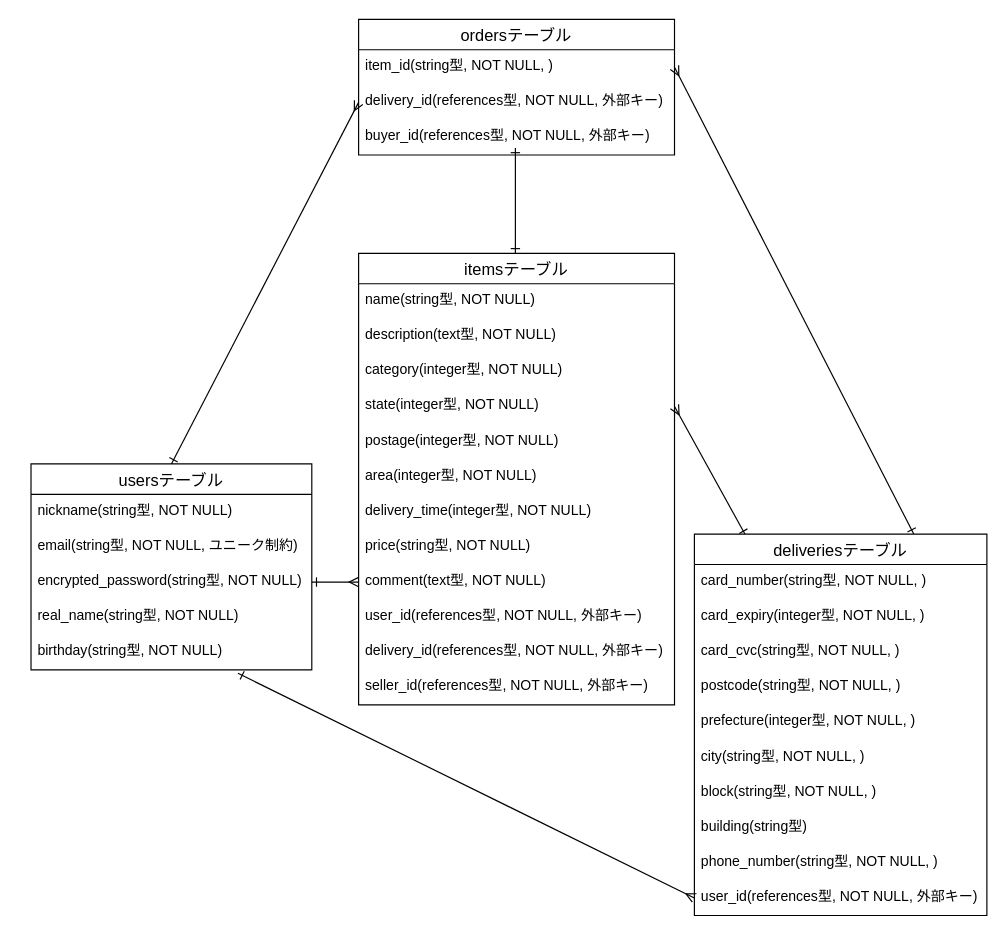
This is furima.dio from fumiron/furima-37688, a draw.io file, before an edit. Source tidied: cells renumbered, new cells numbered last; positions are measured from the earlier drawing's top-left corner, leaving out a move shared by most shapes. Both pictures are drawn from the tidied source at 117%, with x=0, y=0 at pixel (30, 19).
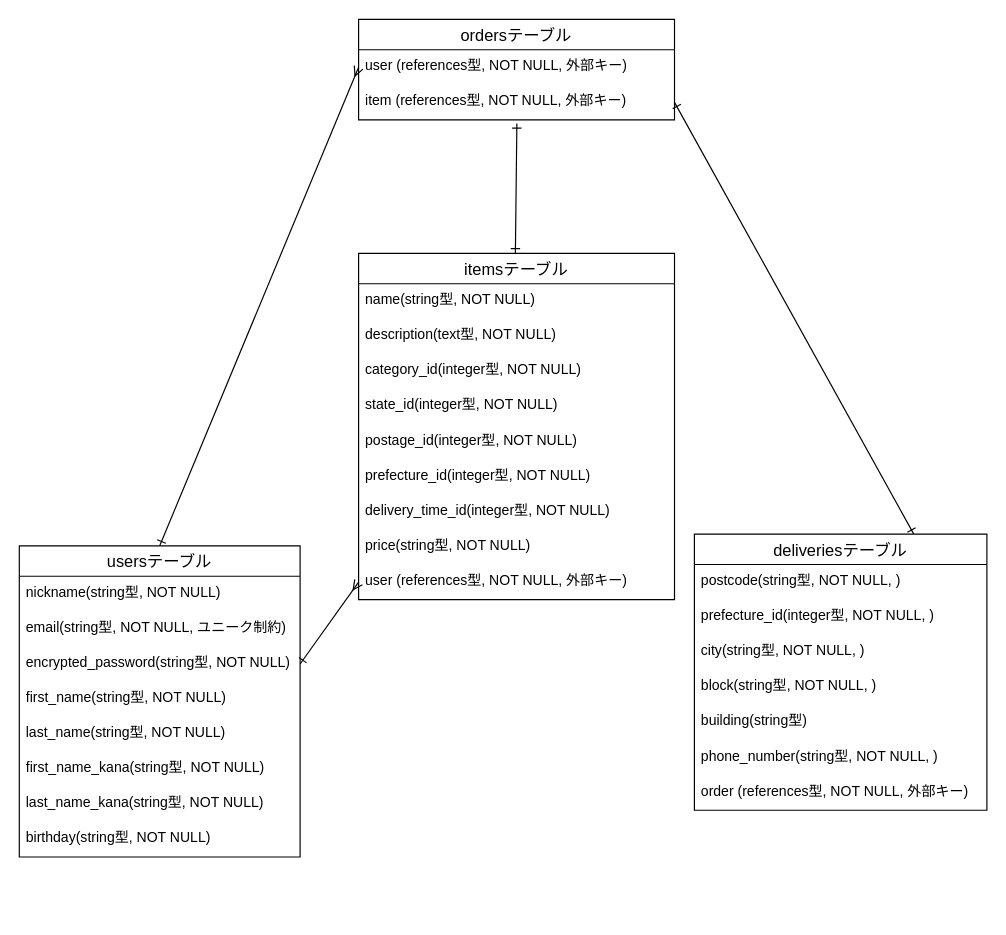
Above is the later version.

Unchanged cells that the change refers to:
```xml
<mxCell id="6" value="encrypted_password(string型, NOT NULL)" style="text;strokeColor=none;fillColor=none;spacingLeft=4;spacingRight=4;overflow=hidden;points=[[0,0.5],[1,0.5]];portConstraint=eastwest;fontSize=12;" parent="3" vertex="1">
  <mxGeometry y="86" width="240" height="30" as="geometry" />
</mxCell>
```

Change to the diagram source:
```diff
@@
-    <mxCell id="2" style="edgeStyle=none;html=1;entryX=0;entryY=0.5;entryDx=0;entryDy=0;startArrow=ERone;startFill=0;endArrow=ERmany;endFill=0;exitX=0.737;exitY=1.1;exitDx=0;exitDy=0;exitPerimeter=0;" parent="1" edge="1" source="8" target="38">
-      <mxGeometry relative="1" as="geometry" />
-    </mxCell>
     <mxCell id="3" value="usersテーブル" style="swimlane;fontStyle=0;horizontal=1;startSize=26;align=center;fontSize=14;" parent="1" vertex="1">
-      <mxGeometry y="380" width="240" height="176" as="geometry" />
+      <mxGeometry x="-10" y="450" width="240" height="266" as="geometry" />
     </mxCell>
@@
-    <mxCell id="7" value="real_name(string型, NOT NULL)" style="text;strokeColor=none;fillColor=none;spacingLeft=4;spacingRight=4;overflow=hidden;fontSize=12;" parent="3" vertex="1">
+    <mxCell id="7" value="first_name(string型, NOT NULL)" style="text;strokeColor=none;fillColor=none;spacingLeft=4;spacingRight=4;overflow=hidden;fontSize=12;" parent="3" vertex="1">
       <mxGeometry y="116" width="240" height="30" as="geometry" />
     </mxCell>
+    <mxCell id="42" value="last_name(string型, NOT NULL)" style="text;strokeColor=none;fillColor=none;spacingLeft=4;spacingRight=4;overflow=hidden;fontSize=12;" parent="3" vertex="1">
+      <mxGeometry y="146" width="240" height="30" as="geometry" />
+    </mxCell>
+    <mxCell id="43" value="first_name_kana(string型, NOT NULL)" style="text;strokeColor=none;fillColor=none;spacingLeft=4;spacingRight=4;overflow=hidden;fontSize=12;" parent="3" vertex="1">
+      <mxGeometry y="176" width="240" height="30" as="geometry" />
+    </mxCell>
+    <mxCell id="44" value="last_name_kana(string型, NOT NULL)" style="text;strokeColor=none;fillColor=none;spacingLeft=4;spacingRight=4;overflow=hidden;fontSize=12;" parent="3" vertex="1">
+      <mxGeometry y="206" width="240" height="30" as="geometry" />
+    </mxCell>
     <mxCell id="8" value="birthday(string型, NOT NULL)" style="text;strokeColor=none;fillColor=none;spacingLeft=4;spacingRight=4;overflow=hidden;points=[[0,0.5],[1,0.5]];portConstraint=eastwest;fontSize=12;" parent="3" vertex="1">
-      <mxGeometry y="146" width="240" height="30" as="geometry" />
+      <mxGeometry y="236" width="240" height="30" as="geometry" />
     </mxCell>
     <mxCell id="9" value="itemsテーブル" style="swimlane;fontStyle=0;horizontal=1;startSize=26;align=center;fontSize=14;" parent="1" vertex="1">
-      <mxGeometry x="280" y="200" width="270" height="386" as="geometry" />
+      <mxGeometry x="280" y="200" width="270" height="296" as="geometry" />
     </mxCell>
@@
-    <mxCell id="12" value="category(integer型, NOT NULL)" style="text;strokeColor=none;fillColor=none;spacingLeft=4;spacingRight=4;overflow=hidden;fontSize=12;" parent="9" vertex="1">
+    <mxCell id="12" value="category_id(integer型, NOT NULL)" style="text;strokeColor=none;fillColor=none;spacingLeft=4;spacingRight=4;overflow=hidden;fontSize=12;" parent="9" vertex="1">
       <mxGeometry y="86" width="270" height="30" as="geometry" />
     </mxCell>
-    <mxCell id="13" value="state(integer型, NOT NULL)" style="text;strokeColor=none;fillColor=none;spacingLeft=4;spacingRight=4;overflow=hidden;points=[[0,0.5],[1,0.5]];portConstraint=eastwest;fontSize=12;" parent="9" vertex="1">
+    <mxCell id="13" value="state_id(integer型, NOT NULL)" style="text;strokeColor=none;fillColor=none;spacingLeft=4;spacingRight=4;overflow=hidden;points=[[0,0.5],[1,0.5]];portConstraint=eastwest;fontSize=12;" parent="9" vertex="1">
       <mxGeometry y="116" width="270" height="30" as="geometry" />
     </mxCell>
-    <mxCell id="14" value="postage(integer型, NOT NULL)" style="text;strokeColor=none;fillColor=none;spacingLeft=4;spacingRight=4;overflow=hidden;fontSize=12;" parent="9" vertex="1">
+    <mxCell id="14" value="postage_id(integer型, NOT NULL)" style="text;strokeColor=none;fillColor=none;spacingLeft=4;spacingRight=4;overflow=hidden;fontSize=12;" parent="9" vertex="1">
       <mxGeometry y="146" width="270" height="30" as="geometry" />
     </mxCell>
-    <mxCell id="15" value="area(integer型, NOT NULL)" style="text;strokeColor=none;fillColor=none;spacingLeft=4;spacingRight=4;overflow=hidden;fontSize=12;" parent="9" vertex="1">
+    <mxCell id="15" value="prefecture_id(integer型, NOT NULL)" style="text;strokeColor=none;fillColor=none;spacingLeft=4;spacingRight=4;overflow=hidden;fontSize=12;" parent="9" vertex="1">
       <mxGeometry y="176" width="270" height="30" as="geometry" />
     </mxCell>
-    <mxCell id="16" value="delivery_time(integer型, NOT NULL)" style="text;strokeColor=none;fillColor=none;spacingLeft=4;spacingRight=4;overflow=hidden;fontSize=12;" parent="9" vertex="1">
+    <mxCell id="16" value="delivery_time_id(integer型, NOT NULL)" style="text;strokeColor=none;fillColor=none;spacingLeft=4;spacingRight=4;overflow=hidden;fontSize=12;" parent="9" vertex="1">
       <mxGeometry y="206" width="270" height="30" as="geometry" />
     </mxCell>
@@
-    <mxCell id="18" value="comment(text型, NOT NULL)" style="text;strokeColor=none;fillColor=none;spacingLeft=4;spacingRight=4;overflow=hidden;points=[[0,0.5],[1,0.5]];portConstraint=eastwest;fontSize=12;" parent="9" vertex="1">
-      <mxGeometry y="266" width="270" height="30" as="geometry" />
-    </mxCell>
-    <mxCell id="19" value="user_id(references型, NOT NULL, 外部キー)" style="text;strokeColor=none;fillColor=none;spacingLeft=4;spacingRight=4;overflow=hidden;fontSize=12;" parent="9" vertex="1">
-      <mxGeometry y="296" width="270" height="30" as="geometry" />
+    <mxCell id="19" value="user (references型, NOT NULL, 外部キー)" style="text;strokeColor=none;fillColor=none;spacingLeft=4;spacingRight=4;overflow=hidden;fontSize=12;" parent="9" vertex="1">
+      <mxGeometry y="266" width="270" height="30" as="geometry" />
     </mxCell>
-    <mxCell id="20" value="delivery_id(references型, NOT NULL, 外部キー)" style="text;strokeColor=none;fillColor=none;spacingLeft=4;spacingRight=4;overflow=hidden;fontSize=12;" parent="9" vertex="1">
-      <mxGeometry y="326" width="270" height="30" as="geometry" />
-    </mxCell>
-    <mxCell id="21" value="seller_id(references型, NOT NULL, 外部キー)" style="text;strokeColor=none;fillColor=none;spacingLeft=4;spacingRight=4;overflow=hidden;fontSize=12;" parent="9" vertex="1">
-      <mxGeometry y="356" width="270" height="30" as="geometry" />
-    </mxCell>
     <mxCell id="22" value="ordersテーブル" style="swimlane;fontStyle=0;horizontal=1;startSize=26;align=center;fontSize=14;" parent="1" vertex="1">
-      <mxGeometry x="280" width="270" height="116" as="geometry" />
+      <mxGeometry x="280" width="270" height="86" as="geometry" />
     </mxCell>
+    <mxCell id="24" value="user (references型, NOT NULL, 外部キー)" style="text;strokeColor=none;fillColor=none;spacingLeft=4;spacingRight=4;overflow=hidden;points=[[0,0.5],[1,0.5]];portConstraint=eastwest;fontSize=12;" parent="22" vertex="1">
+      <mxGeometry y="26" width="270" height="30" as="geometry" />
+    </mxCell>
-    <mxCell id="23" value="item_id(string型, NOT NULL, )" style="text;strokeColor=none;fillColor=none;spacingLeft=4;spacingRight=4;overflow=hidden;points=[[0,0.5],[1,0.5]];portConstraint=eastwest;fontSize=12;" parent="22" vertex="1">
-      <mxGeometry y="26" width="270" height="30" as="geometry" />
+    <mxCell id="23" value="item (references型, NOT NULL, 外部キー)" style="text;strokeColor=none;fillColor=none;spacingLeft=4;spacingRight=4;overflow=hidden;points=[[0,0.5],[1,0.5]];portConstraint=eastwest;fontSize=12;" parent="22" vertex="1">
+      <mxGeometry y="56" width="270" height="30" as="geometry" />
     </mxCell>
-    <mxCell id="24" value="delivery_id(references型, NOT NULL, 外部キー)" style="text;strokeColor=none;fillColor=none;spacingLeft=4;spacingRight=4;overflow=hidden;points=[[0,0.5],[1,0.5]];portConstraint=eastwest;fontSize=12;" parent="22" vertex="1">
-      <mxGeometry y="56" width="270" height="30" as="geometry" />
-    </mxCell>
-    <mxCell id="25" value="buyer_id(references型, NOT NULL, 外部キー)" style="text;strokeColor=none;fillColor=none;spacingLeft=4;spacingRight=4;overflow=hidden;fontSize=12;" parent="22" vertex="1">
-      <mxGeometry y="86" width="270" height="30" as="geometry" />
-    </mxCell>
-    <mxCell id="26" style="edgeStyle=none;html=1;startArrow=ERone;startFill=0;endArrow=ERmany;endFill=0;entryX=1;entryY=0.5;entryDx=0;entryDy=0;exitX=0.75;exitY=0;exitDx=0;exitDy=0;" parent="1" edge="1" source="28" target="23">
+    <mxCell id="26" style="edgeStyle=none;html=1;startArrow=ERone;startFill=0;endArrow=ERone;endFill=0;entryX=1;entryY=0.5;entryDx=0;entryDy=0;exitX=0.75;exitY=0;exitDx=0;exitDy=0;" parent="1" edge="1" source="28" target="23">
       <mxGeometry relative="1" as="geometry" />
     </mxCell>
-    <mxCell id="27" style="edgeStyle=none;html=1;startArrow=ERone;startFill=0;endArrow=ERmany;endFill=0;entryX=1;entryY=0.5;entryDx=0;entryDy=0;exitX=0.175;exitY=0.003;exitDx=0;exitDy=0;exitPerimeter=0;" parent="1" edge="1" source="28" target="13">
-      <mxGeometry relative="1" as="geometry" />
-    </mxCell>
     <mxCell id="28" value="deliveriesテーブル" style="swimlane;fontStyle=0;horizontal=1;startSize=26;align=center;fontSize=14;" parent="1" vertex="1">
-      <mxGeometry x="567" y="440" width="250" height="326" as="geometry" />
+      <mxGeometry x="567" y="440" width="250" height="236" as="geometry" />
     </mxCell>
-    <mxCell id="29" value="card_number(string型, NOT NULL, )" style="text;strokeColor=none;fillColor=none;spacingLeft=4;spacingRight=4;overflow=hidden;fontSize=12;" parent="28" vertex="1">
-      <mxGeometry y="26" width="250" height="30" as="geometry" />
-    </mxCell>
-    <mxCell id="30" value="card_expiry(integer型, NOT NULL, )" style="text;strokeColor=none;fillColor=none;spacingLeft=4;spacingRight=4;overflow=hidden;fontSize=12;" parent="28" vertex="1">
-      <mxGeometry y="56" width="250" height="30" as="geometry" />
-    </mxCell>
-    <mxCell id="31" value="card_cvc(string型, NOT NULL, )" style="text;strokeColor=none;fillColor=none;spacingLeft=4;spacingRight=4;overflow=hidden;fontSize=12;" parent="28" vertex="1">
-      <mxGeometry y="86" width="250" height="30" as="geometry" />
-    </mxCell>
     <mxCell id="32" value="postcode(string型, NOT NULL, )" style="text;strokeColor=none;fillColor=none;spacingLeft=4;spacingRight=4;overflow=hidden;fontSize=12;" parent="28" vertex="1">
-      <mxGeometry y="116" width="250" height="30" as="geometry" />
+      <mxGeometry y="26" width="250" height="30" as="geometry" />
     </mxCell>
-    <mxCell id="33" value="prefecture(integer型, NOT NULL, )" style="text;strokeColor=none;fillColor=none;spacingLeft=4;spacingRight=4;overflow=hidden;fontSize=12;" parent="28" vertex="1">
-      <mxGeometry y="146" width="250" height="30" as="geometry" />
+    <mxCell id="33" value="prefecture_id(integer型, NOT NULL, )" style="text;strokeColor=none;fillColor=none;spacingLeft=4;spacingRight=4;overflow=hidden;fontSize=12;" parent="28" vertex="1">
+      <mxGeometry y="56" width="250" height="30" as="geometry" />
     </mxCell>
     <mxCell id="34" value="city(string型, NOT NULL, )" style="text;strokeColor=none;fillColor=none;spacingLeft=4;spacingRight=4;overflow=hidden;fontSize=12;" parent="28" vertex="1">
-      <mxGeometry y="176" width="250" height="30" as="geometry" />
+      <mxGeometry y="86" width="250" height="30" as="geometry" />
     </mxCell>
     <mxCell id="35" value="block(string型, NOT NULL, )" style="text;strokeColor=none;fillColor=none;spacingLeft=4;spacingRight=4;overflow=hidden;fontSize=12;" parent="28" vertex="1">
-      <mxGeometry y="206" width="250" height="30" as="geometry" />
+      <mxGeometry y="116" width="250" height="30" as="geometry" />
     </mxCell>
     <mxCell id="36" value="building(string型)" style="text;strokeColor=none;fillColor=none;spacingLeft=4;spacingRight=4;overflow=hidden;fontSize=12;" parent="28" vertex="1">
-      <mxGeometry y="236" width="250" height="30" as="geometry" />
+      <mxGeometry y="146" width="250" height="30" as="geometry" />
     </mxCell>
     <mxCell id="37" value="phone_number(string型, NOT NULL, )" style="text;strokeColor=none;fillColor=none;spacingLeft=4;spacingRight=4;overflow=hidden;fontSize=12;" parent="28" vertex="1">
-      <mxGeometry y="266" width="250" height="30" as="geometry" />
+      <mxGeometry y="176" width="250" height="30" as="geometry" />
     </mxCell>
-    <mxCell id="38" value="user_id(references型, NOT NULL, 外部キー)" style="text;strokeColor=none;fillColor=none;spacingLeft=4;spacingRight=4;overflow=hidden;points=[[0,0.5],[1,0.5]];portConstraint=eastwest;fontSize=12;" parent="28" vertex="1">
-      <mxGeometry y="296" width="250" height="30" as="geometry" />
-    </mxCell>
+    <mxCell id="45" value="order (references型, NOT NULL, 外部キー)" style="text;strokeColor=none;fillColor=none;spacingLeft=4;spacingRight=4;overflow=hidden;fontSize=12;" parent="28" vertex="1">
+      <mxGeometry y="206" width="250" height="30" as="geometry" />
+    </mxCell>
-    <mxCell id="39" style="edgeStyle=none;html=1;entryX=0;entryY=0.5;entryDx=0;entryDy=0;endArrow=ERmany;endFill=0;startArrow=ERone;startFill=0;exitX=1;exitY=0.5;exitDx=0;exitDy=0;" parent="1" edge="1" source="6" target="18">
-      <mxGeometry relative="1" as="geometry" />
+    <mxCell id="39" style="edgeStyle=none;html=1;entryX=0;entryY=0.5;entryDx=0;entryDy=0;endArrow=ERmany;endFill=0;startArrow=ERone;startFill=0;exitX=1;exitY=0.5;exitDx=0;exitDy=0;" parent="1" edge="1" source="6">
+      <mxGeometry relative="1" as="geometry">
+        <mxPoint x="280" y="481" as="targetPoint" />
+      </mxGeometry>
     </mxCell>
@@
-    <mxCell id="41" style="edgeStyle=none;html=1;startArrow=ERone;startFill=0;endArrow=ERone;endFill=0;" parent="1" edge="1">
+    <mxCell id="41" style="edgeStyle=none;html=1;startArrow=ERone;startFill=0;endArrow=ERone;endFill=0;entryX=0.501;entryY=1.1;entryDx=0;entryDy=0;entryPerimeter=0;" parent="1" edge="1" target="23">
       <mxGeometry relative="1" as="geometry">
         <mxPoint x="414" y="200" as="sourcePoint" />
-        <mxPoint x="414" y="110" as="targetPoint" />
       </mxGeometry>
     </mxCell>
```
